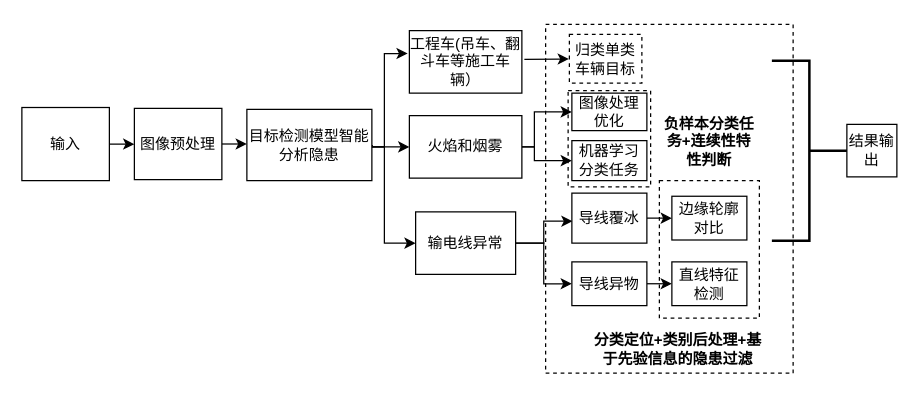
This is transmission.drawio from paleblackless/diagrams, a draw.io file, before an edit. Source tidied: cells renumbered, new cells numbered last; positions are measured from the earlier drawing's top-left corner, leaving out a move shared by most shapes. Both pictures are drawn from the tidied source at 125%, with x=0, y=0 at pixel (21, 24).
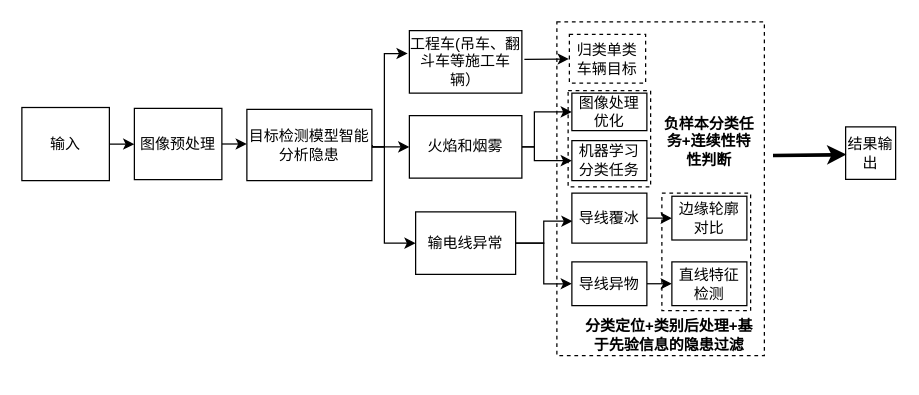
Above is the later version.

Diff of the diagram source:
```diff
@@
     <mxCell id="25" style="rounded=0;whiteSpace=wrap;html=1;dashed=1;fillColor=none;" parent="1" vertex="1">
-      <mxGeometry x="510" y="125" width="80" height="110" as="geometry" />
+      <mxGeometry x="512" y="135" width="71" height="94" as="geometry" />
     </mxCell>
     <mxCell id="26" value="&lt;b&gt;分类定位+类别后处理+基于先验信息的隐患过滤&lt;/b&gt;" style="text;html=1;strokeColor=none;fillColor=none;align=center;verticalAlign=middle;whiteSpace=wrap;rounded=0;dashed=1;" parent="1" vertex="1">
-      <mxGeometry x="456" y="245" width="138" height="30" as="geometry" />
+      <mxGeometry x="449" y="234" width="138" height="30" as="geometry" />
     </mxCell>
@@
     <mxCell id="29" value="结果输出" style="rounded=0;whiteSpace=wrap;html=1;fillColor=none;" parent="1" vertex="1">
-      <mxGeometry x="660" y="80" width="40" height="42" as="geometry" />
+      <mxGeometry x="659" y="82" width="40" height="42" as="geometry" />
     </mxCell>
-    <mxCell id="30" style="strokeWidth=2;html=1;shape=mxgraph.flowchart.annotation_2;align=left;labelPosition=right;fillColor=none;rotation=-180;" parent="1" vertex="1">
-      <mxGeometry x="600" y="29" width="60" height="144" as="geometry" />
-    </mxCell>
     <mxCell id="31" value="归类单类车辆目标" style="rounded=0;whiteSpace=wrap;html=1;dashed=1;" parent="1" vertex="1">
-      <mxGeometry x="438" y="8" width="58" height="39" as="geometry" />
+      <mxGeometry x="438" y="8" width="61" height="39" as="geometry" />
     </mxCell>
     <mxCell id="32" style="rounded=0;whiteSpace=wrap;html=1;dashed=1;fillColor=none;" parent="1" vertex="1">
-      <mxGeometry x="419" width="198" height="279" as="geometry" />
+      <mxGeometry x="428" y="-2" width="166" height="267" as="geometry" />
     </mxCell>
@@
+    <mxCell id="34" style="endArrow=classic;html=1;rounded=1;entryX=0.04;entryY=0.529;entryDx=0;entryDy=0;entryPerimeter=0;exitX=1.011;exitY=0.41;exitDx=0;exitDy=0;exitPerimeter=0;strokeWidth=3;" parent="1" edge="1">
+      <mxGeometry relative="1" as="geometry">
+        <mxPoint x="600.9" y="104.9" as="sourcePoint" />
+        <mxPoint x="659.6" y="104.2" as="targetPoint" />
+      </mxGeometry>
+    </mxCell>
```
